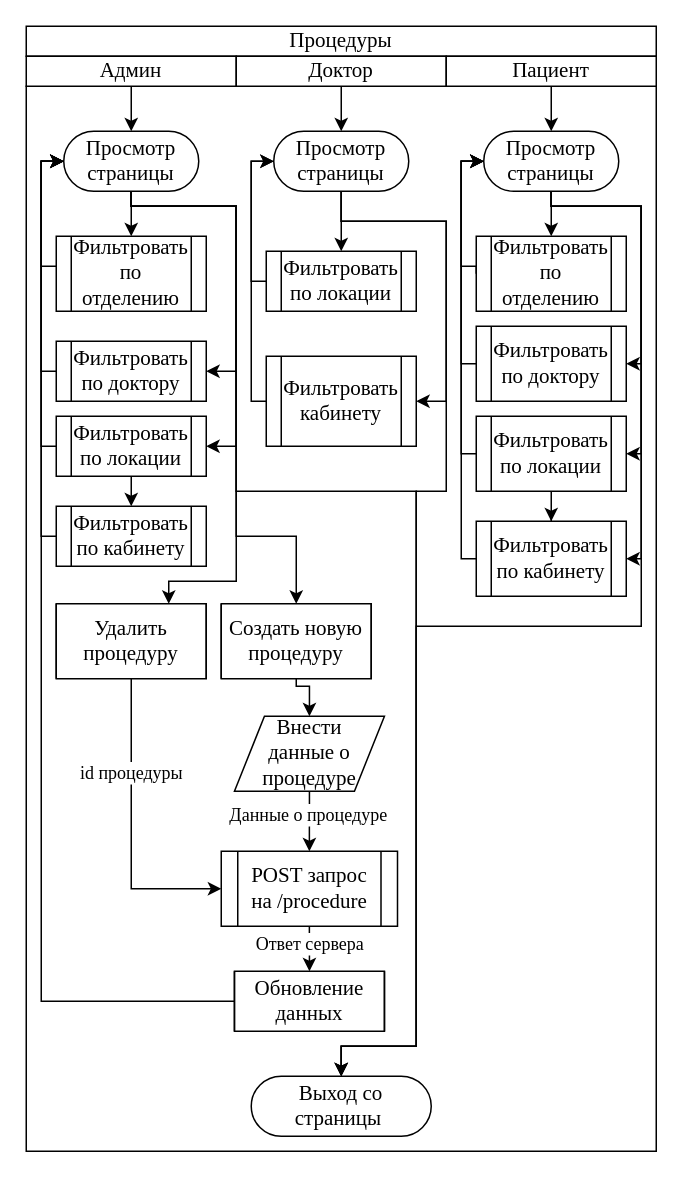
This is procedures and patients.drawio from arturyumaev/Bachelor-Diploma-Docs, a draw.io file, before an edit. Source tidied: cells renumbered, new cells numbered last; positions are measured from the earlier drawing's top-left corner, leaving out a move shared by most shapes. Both pictures are drawn from the tidied source at 150%, with x=0, y=0 at pixel (26, 26).
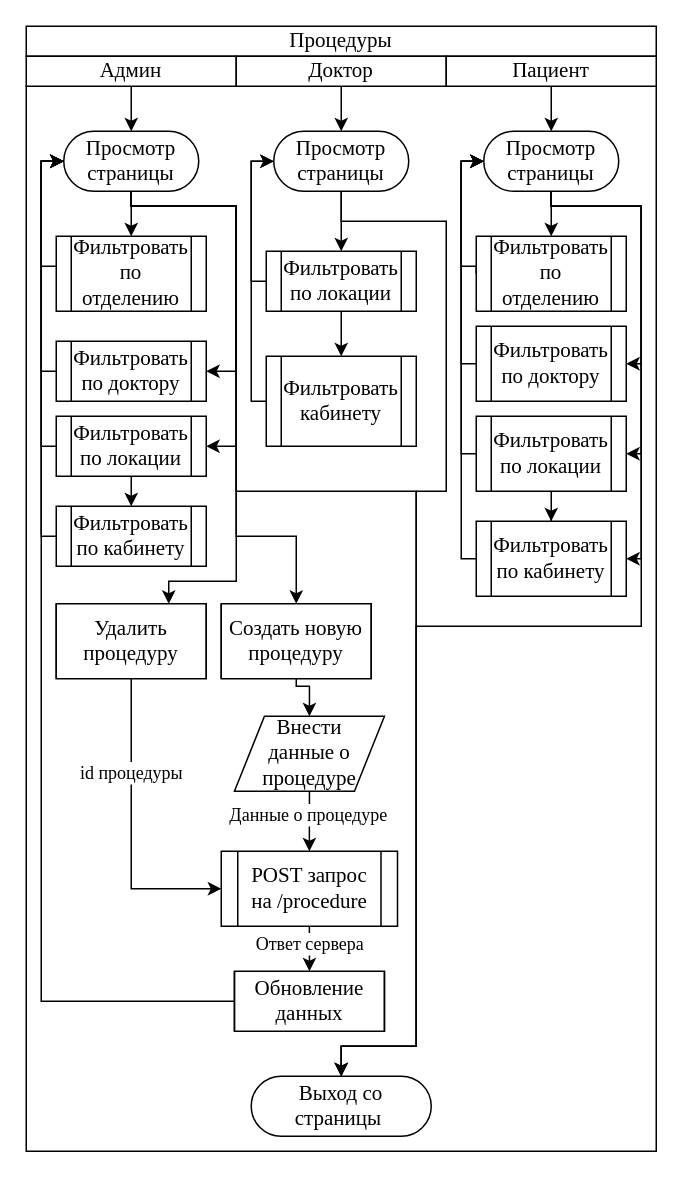
The same diagram, later.

The change refers to these unchanged cells:
```xml
<mxCell id="24" value="&lt;font style=&quot;font-size: 14px&quot; face=&quot;Times New Roman&quot;&gt;Просмотр страницы&lt;/font&gt;" style="rounded=1;whiteSpace=wrap;html=1;fillColor=none;arcSize=50;" parent="1" vertex="1">
  <mxGeometry x="165" y="70" width="90" height="40" as="geometry" />
</mxCell>
<mxCell id="37" value="&lt;font style=&quot;font-size: 14px&quot; face=&quot;Times New Roman&quot;&gt;Фильтровать по локации&lt;/font&gt;" style="shape=process;whiteSpace=wrap;html=1;backgroundOutline=1;fillColor=none;" parent="1" vertex="1">
  <mxGeometry x="160" y="150" width="100" height="40" as="geometry" />
</mxCell>
<mxCell id="39" value="&lt;font style=&quot;font-size: 14px&quot; face=&quot;Times New Roman&quot;&gt;Фильтровать кабинету&lt;/font&gt;" style="shape=process;whiteSpace=wrap;html=1;backgroundOutline=1;fillColor=none;" parent="1" vertex="1">
  <mxGeometry x="160" y="220" width="100" height="60" as="geometry" />
</mxCell>
```

What changed in the source:
```diff
@@
-    <mxCell id="22" style="edgeStyle=orthogonalEdgeStyle;rounded=0;jettySize=auto;html=1;exitX=0.5;exitY=1;exitDx=0;exitDy=0;entryX=1;entryY=0.5;entryDx=0;entryDy=0;endArrow=classic;endFill=1;" parent="1" edge="1" source="24" target="39">
-      <mxGeometry relative="1" as="geometry">
-        <Array as="points">
-          <mxPoint x="210" y="130" />
-          <mxPoint x="280" y="130" />
-          <mxPoint x="280" y="250" />
-        </Array>
-      </mxGeometry>
-    </mxCell>
@@
+    <mxCell id="64" style="edgeStyle=orthogonalEdgeStyle;rounded=0;jettySize=auto;html=1;entryX=0.5;entryY=0;entryDx=0;entryDy=0;" parent="1" edge="1" source="37" target="39">
+      <mxGeometry relative="1" as="geometry" />
+    </mxCell>
```
